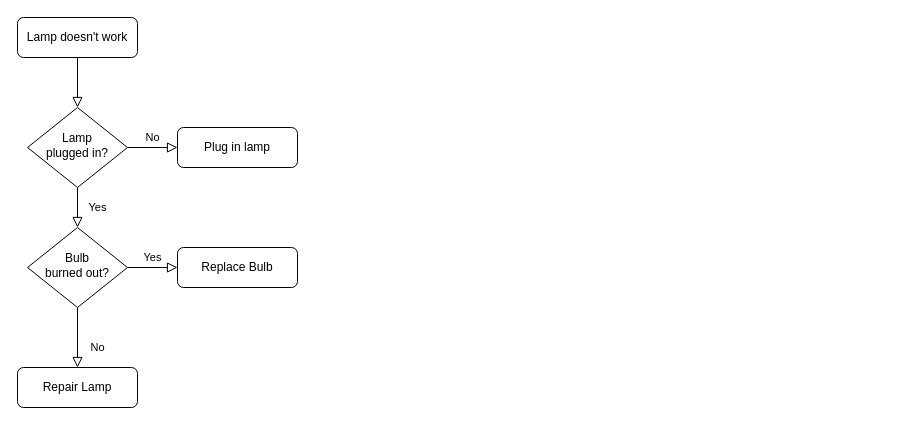
The draw.io diagram W2_Picture_Resize/未命名绘图.drawio in SplenDidMav/BIT_CyberSecurity_Program, before the edit. Source tidied: cells renumbered, new cells numbered last; positions are measured from the earlier drawing's top-left corner, leaving out a move shared by most shapes. Both pictures are drawn from the tidied source at 100%, with x=0, y=0 at pixel (17, 17).
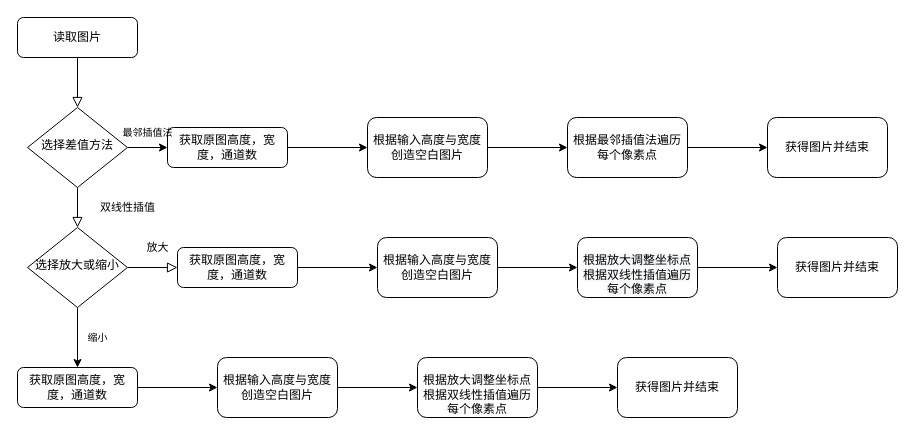
After the change.

The edit, as a diff of the source:
```diff
@@
-    <mxCell id="3" value="Lamp doesn't work" style="rounded=1;whiteSpace=wrap;html=1;fontSize=12;glass=0;strokeWidth=1;shadow=0;" parent="1" vertex="1">
+    <mxCell id="3" value="读取图片" style="rounded=1;whiteSpace=wrap;html=1;fontSize=12;glass=0;strokeWidth=1;shadow=0;" parent="1" vertex="1">
       <mxGeometry width="120" height="40" as="geometry" />
     </mxCell>
-    <mxCell id="4" value="Yes" style="rounded=0;html=1;jettySize=auto;fontSize=11;endArrow=block;endFill=0;endSize=8;strokeWidth=1;shadow=0;labelBackgroundColor=none;edgeStyle=orthogonalEdgeStyle;" parent="1" edge="1" source="6" target="10">
-      <mxGeometry y="20" relative="1" as="geometry" />
+    <mxCell id="4" value="双线性插值" style="rounded=0;html=1;jettySize=auto;fontSize=11;endArrow=block;endFill=0;endSize=8;strokeWidth=1;shadow=0;labelBackgroundColor=none;edgeStyle=orthogonalEdgeStyle;" parent="1" edge="1" source="6" target="10">
+      <mxGeometry y="50" relative="1" as="geometry" />
     </mxCell>
-    <mxCell id="5" value="No" style="edgeStyle=orthogonalEdgeStyle;rounded=0;html=1;jettySize=auto;fontSize=11;endArrow=block;endFill=0;endSize=8;strokeWidth=1;shadow=0;labelBackgroundColor=none;" parent="1" edge="1" source="6" target="7">
-      <mxGeometry y="10" relative="1" as="geometry" />
+    <mxCell id="5" style="edgeStyle=orthogonalEdgeStyle;rounded=0;jettySize=auto;html=1;exitX=1;exitY=0.5;exitDx=0;exitDy=0;entryX=0;entryY=0.5;entryDx=0;entryDy=0;" parent="1" edge="1" source="6" target="7">
+      <mxGeometry relative="1" as="geometry" />
     </mxCell>
-    <mxCell id="6" value="Lamp&lt;br&gt;plugged in?" style="rhombus;whiteSpace=wrap;html=1;shadow=0;fontFamily=Helvetica;fontSize=12;align=center;strokeWidth=1;spacing=6;spacingTop=-4;" parent="1" vertex="1">
+    <mxCell id="6" value="选择差值方法" style="rhombus;whiteSpace=wrap;html=1;shadow=0;fontFamily=Helvetica;fontSize=12;align=center;strokeWidth=1;spacing=6;spacingTop=-4;" parent="1" vertex="1">
       <mxGeometry x="10" y="90" width="100" height="80" as="geometry" />
     </mxCell>
+    <mxCell id="13" style="edgeStyle=orthogonalEdgeStyle;rounded=0;jettySize=auto;html=1;fontSize=10;" parent="1" edge="1" source="7" target="19">
+      <mxGeometry relative="1" as="geometry" />
+    </mxCell>
-    <mxCell id="7" value="Plug in lamp" style="rounded=1;whiteSpace=wrap;html=1;fontSize=12;glass=0;strokeWidth=1;shadow=0;" parent="1" vertex="1">
-      <mxGeometry x="160" y="110" width="120" height="40" as="geometry" />
+    <mxCell id="7" value="获取原图高度，宽度，通道数" style="rounded=1;whiteSpace=wrap;html=1;fontSize=12;glass=0;strokeWidth=1;shadow=0;" parent="1" vertex="1">
+      <mxGeometry x="150" y="110" width="120" height="40" as="geometry" />
     </mxCell>
+    <mxCell id="9" value="放大" style="edgeStyle=orthogonalEdgeStyle;rounded=0;html=1;jettySize=auto;fontSize=11;endArrow=block;endFill=0;endSize=8;strokeWidth=1;shadow=0;labelBackgroundColor=none;" parent="1" edge="1" source="10" target="12">
+      <mxGeometry x="0.2" y="20" relative="1" as="geometry" />
+    </mxCell>
-    <mxCell id="8" value="No" style="rounded=0;html=1;jettySize=auto;fontSize=11;endArrow=block;endFill=0;endSize=8;strokeWidth=1;shadow=0;labelBackgroundColor=none;edgeStyle=orthogonalEdgeStyle;" parent="1" edge="1" source="10" target="11">
-      <mxGeometry x="0.33" y="20" relative="1" as="geometry" />
+    <mxCell id="8" style="edgeStyle=orthogonalEdgeStyle;rounded=0;jettySize=auto;html=1;exitX=0.5;exitY=1;exitDx=0;exitDy=0;entryX=0.5;entryY=0;entryDx=0;entryDy=0;fontSize=10;" parent="1" edge="1" source="10" target="11">
+      <mxGeometry relative="1" as="geometry" />
     </mxCell>
-    <mxCell id="9" value="Yes" style="edgeStyle=orthogonalEdgeStyle;rounded=0;html=1;jettySize=auto;fontSize=11;endArrow=block;endFill=0;endSize=8;strokeWidth=1;shadow=0;labelBackgroundColor=none;" parent="1" edge="1" source="10" target="12">
-      <mxGeometry y="10" relative="1" as="geometry" />
-    </mxCell>
-    <mxCell id="10" value="Bulb&lt;br&gt;burned out?" style="rhombus;whiteSpace=wrap;html=1;shadow=0;fontFamily=Helvetica;fontSize=12;align=center;strokeWidth=1;spacing=6;spacingTop=-4;" parent="1" vertex="1">
+    <mxCell id="10" value="选择放大或缩小" style="rhombus;whiteSpace=wrap;html=1;shadow=0;fontFamily=Helvetica;fontSize=12;align=center;strokeWidth=1;spacing=6;spacingTop=-4;" parent="1" vertex="1">
       <mxGeometry x="10" y="210" width="100" height="80" as="geometry" />
     </mxCell>
+    <mxCell id="14" style="edgeStyle=orthogonalEdgeStyle;rounded=0;jettySize=auto;html=1;fontSize=10;" parent="1" edge="1" source="11" target="29">
+      <mxGeometry relative="1" as="geometry" />
+    </mxCell>
-    <mxCell id="11" value="Repair Lamp" style="rounded=1;whiteSpace=wrap;html=1;fontSize=12;glass=0;strokeWidth=1;shadow=0;" parent="1" vertex="1">
+    <mxCell id="11" value="获取原图高度，宽度，通道数" style="rounded=1;whiteSpace=wrap;html=1;fontSize=12;glass=0;strokeWidth=1;shadow=0;" parent="1" vertex="1">
       <mxGeometry y="350" width="120" height="40" as="geometry" />
     </mxCell>
+    <mxCell id="15" style="edgeStyle=orthogonalEdgeStyle;rounded=0;jettySize=auto;html=1;fontSize=10;" parent="1" edge="1" source="12" target="24">
+      <mxGeometry relative="1" as="geometry" />
+    </mxCell>
-    <mxCell id="12" value="Replace Bulb" style="rounded=1;whiteSpace=wrap;html=1;fontSize=12;glass=0;strokeWidth=1;shadow=0;" parent="1" vertex="1">
+    <mxCell id="12" value="获取原图高度，宽度，通道数" style="rounded=1;whiteSpace=wrap;html=1;fontSize=12;glass=0;strokeWidth=1;shadow=0;" parent="1" vertex="1">
       <mxGeometry x="160" y="230" width="120" height="40" as="geometry" />
     </mxCell>
+    <mxCell id="16" value="最邻插值法" style="text;html=1;align=center;verticalAlign=middle;strokeColor=none;fillColor=none;fontSize=10;" parent="1" vertex="1">
+      <mxGeometry x="90" y="100" width="80" height="30" as="geometry" />
+    </mxCell>
+    <mxCell id="17" value="缩小" style="text;html=1;align=center;verticalAlign=middle;strokeColor=none;fillColor=none;fontSize=10;" parent="1" vertex="1">
+      <mxGeometry x="55" y="305" width="50" height="30" as="geometry" />
+    </mxCell>
+    <mxCell id="18" style="edgeStyle=orthogonalEdgeStyle;rounded=0;jettySize=auto;html=1;fontSize=10;" parent="1" edge="1" source="19" target="21">
+      <mxGeometry relative="1" as="geometry" />
+    </mxCell>
+    <mxCell id="19" value="根据输入高度与宽度创造空白图片" style="whiteSpace=wrap;html=1;rounded=1;glass=0;strokeWidth=1;shadow=0;" parent="1" vertex="1">
+      <mxGeometry x="350" y="100" width="120" height="60" as="geometry" />
+    </mxCell>
+    <mxCell id="20" style="edgeStyle=orthogonalEdgeStyle;rounded=0;jettySize=auto;html=1;fontSize=10;" parent="1" edge="1" source="21" target="22">
+      <mxGeometry relative="1" as="geometry" />
+    </mxCell>
+    <mxCell id="21" value="根据最邻插值法遍历每个像素点" style="whiteSpace=wrap;html=1;rounded=1;glass=0;strokeWidth=1;shadow=0;" parent="1" vertex="1">
+      <mxGeometry x="550" y="100" width="120" height="60" as="geometry" />
+    </mxCell>
+    <mxCell id="22" value="获得图片并结束" style="whiteSpace=wrap;html=1;rounded=1;glass=0;strokeWidth=1;shadow=0;" parent="1" vertex="1">
+      <mxGeometry x="750" y="100" width="120" height="60" as="geometry" />
+    </mxCell>
+    <mxCell id="23" style="edgeStyle=orthogonalEdgeStyle;rounded=0;jettySize=auto;html=1;fontSize=10;" parent="1" edge="1" source="24" target="26">
+      <mxGeometry relative="1" as="geometry" />
+    </mxCell>
+    <mxCell id="24" value="根据输入高度与宽度创造空白图片" style="whiteSpace=wrap;html=1;rounded=1;glass=0;strokeWidth=1;shadow=0;" parent="1" vertex="1">
+      <mxGeometry x="360" y="220" width="120" height="60" as="geometry" />
+    </mxCell>
+    <mxCell id="25" style="edgeStyle=orthogonalEdgeStyle;rounded=0;jettySize=auto;html=1;fontSize=10;" parent="1" edge="1" source="26" target="27">
+      <mxGeometry relative="1" as="geometry" />
+    </mxCell>
+    <mxCell id="26" value="&lt;br&gt;&lt;span class=&quot;cs_cursor&quot; style=&quot;color: rgb(0, 0, 0); font-family: Helvetica; font-size: 12px; font-style: normal; font-variant-ligatures: normal; font-variant-caps: normal; font-weight: 400; letter-spacing: normal; orphans: 2; text-align: center; text-indent: 0px; text-transform: none; widows: 2; word-spacing: 0px; -webkit-text-stroke-width: 0px; background-color: rgb(248, 249, 250); text-decoration-thickness: initial; text-decoration-style: initial; text-decoration-color: initial; float: none; display: inline !important;&quot;&gt;根据放大调整坐标点&lt;br&gt;根据双线性插值遍历每个像素点&lt;/span&gt;&lt;br&gt;" style="whiteSpace=wrap;html=1;rounded=1;glass=0;strokeWidth=1;shadow=0;" parent="1" vertex="1">
+      <mxGeometry x="560" y="220" width="120" height="60" as="geometry" />
+    </mxCell>
+    <mxCell id="27" value="获得图片并结束" style="whiteSpace=wrap;html=1;rounded=1;glass=0;strokeWidth=1;shadow=0;" parent="1" vertex="1">
+      <mxGeometry x="760" y="220" width="120" height="60" as="geometry" />
+    </mxCell>
+    <mxCell id="28" style="edgeStyle=orthogonalEdgeStyle;rounded=0;jettySize=auto;html=1;fontSize=10;" parent="1" edge="1" source="29" target="31">
+      <mxGeometry relative="1" as="geometry" />
+    </mxCell>
+    <mxCell id="29" value="根据输入高度与宽度创造空白图片" style="whiteSpace=wrap;html=1;rounded=1;glass=0;strokeWidth=1;shadow=0;" parent="1" vertex="1">
+      <mxGeometry x="200" y="340" width="120" height="60" as="geometry" />
+    </mxCell>
+    <mxCell id="30" style="edgeStyle=orthogonalEdgeStyle;rounded=0;jettySize=auto;html=1;fontSize=10;" parent="1" edge="1" source="31" target="32">
+      <mxGeometry relative="1" as="geometry" />
+    </mxCell>
+    <mxCell id="31" value="&lt;br&gt;&lt;span style=&quot;float: none; display: inline !important;&quot; class=&quot;cs_cursor&quot;&gt;根据放大调整坐标点&lt;br&gt;根据双线性插值遍历每个像素点&lt;/span&gt;" style="whiteSpace=wrap;html=1;rounded=1;glass=0;strokeWidth=1;shadow=0;" parent="1" vertex="1">
+      <mxGeometry x="400" y="340" width="120" height="60" as="geometry" />
+    </mxCell>
+    <mxCell id="32" value="获得图片并结束" style="whiteSpace=wrap;html=1;rounded=1;glass=0;strokeWidth=1;shadow=0;" parent="1" vertex="1">
+      <mxGeometry x="600" y="340" width="120" height="60" as="geometry" />
+    </mxCell>
```
